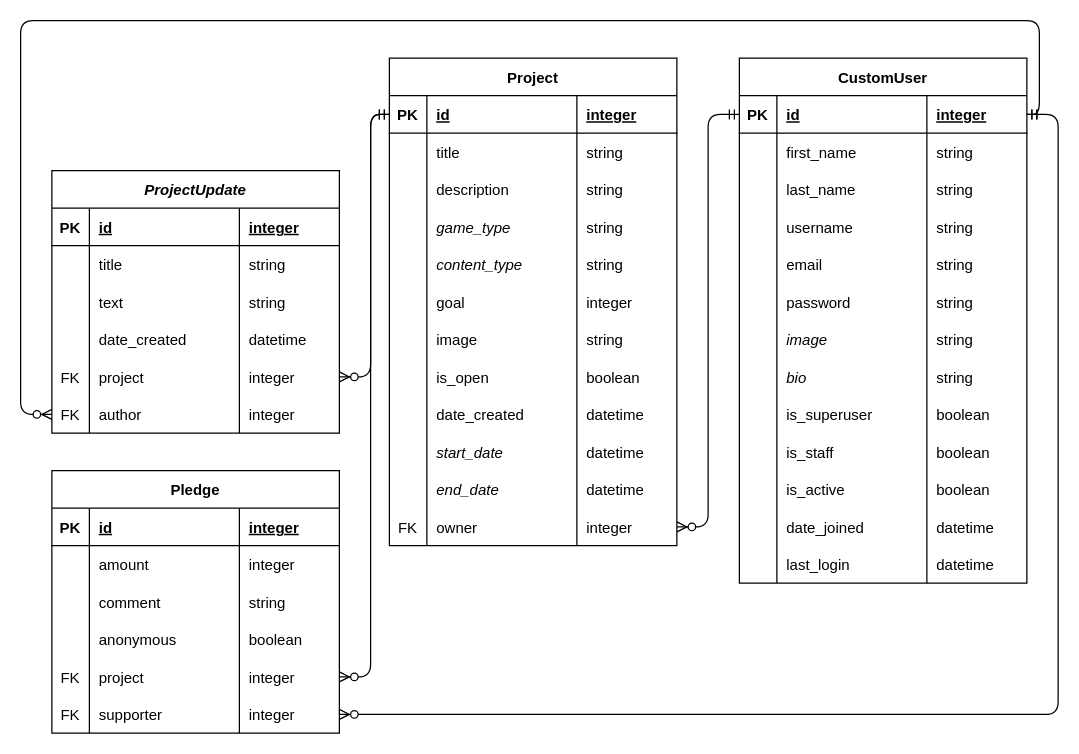
Above: crowdfunding_erd.drawio in afirazz/levellaunch-back-end (draw.io), before the change. Source tidied: cells renumbered, new cells numbered last; positions are measured from the earlier drawing's top-left corner, leaving out a move shared by most shapes. Both pictures are drawn from the tidied source at 125%, with x=0, y=0 at pixel (20, 20).
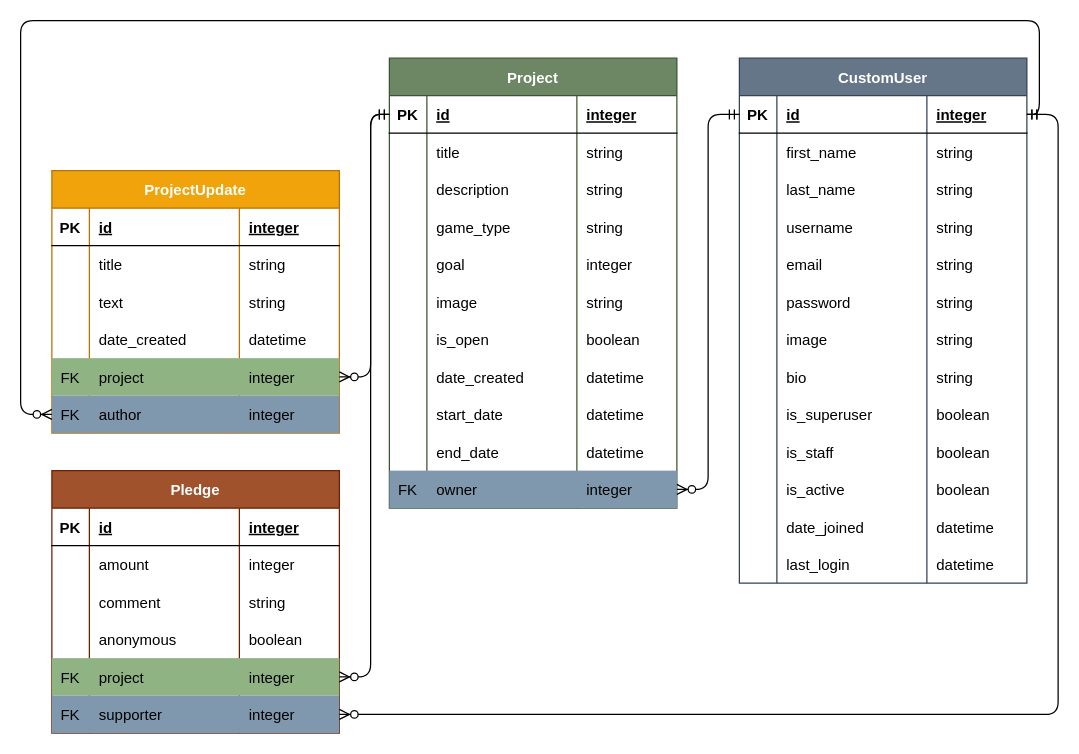
The same page after the edit.

Commit message (it also covers changes not shown here):
updated ERD and added screenshots

The change refers to these unchanged cells:
```xml
<mxCell id="15" style="shape=tableRow;horizontal=0;startSize=0;swimlaneHead=0;swimlaneBody=0;fillColor=none;top=0;left=0;right=0;bottom=0;fontColor=#000000;strokeColor=#BD7000;fontStyle=0;" parent="2" vertex="1">
  <mxGeometry y="120" width="230" height="30" as="geometry" />
</mxCell>
<mxCell id="101" style="shape=tableRow;horizontal=0;startSize=0;swimlaneHead=0;swimlaneBody=0;fillColor=none;top=0;left=0;right=0;bottom=0;fontStyle=0;shadow=0;strokeColor=#BD7000;fontColor=#000000;" parent="76" vertex="1">
  <mxGeometry y="210" width="230" height="30" as="geometry" />
</mxCell>
<mxCell id="105" style="shape=tableRow;horizontal=0;startSize=0;swimlaneHead=0;swimlaneBody=0;fillColor=none;top=0;left=0;right=0;bottom=0;fontColor=#000000;strokeColor=#BD7000;" parent="76" vertex="1">
  <mxGeometry y="240" width="230" height="30" as="geometry" />
</mxCell>
```

Change to the diagram source:
```diff
@@
-<mxGraphModel>
+<mxGraphModel background="#ffffff">
@@
-    <mxCell id="2" value="Project" style="shape=table;startSize=30;childLayout=tableLayout;rowLines=0;fontStyle=1;align=center;labelBackgroundColor=default;" parent="1" vertex="1">
-      <mxGeometry x="295" y="30" width="230" height="390" as="geometry" />
+    <mxCell id="2" value="Project" style="shape=table;startSize=30;childLayout=tableLayout;rowLines=0;fontStyle=1;align=center;labelBackgroundColor=none;fillColor=#6d8764;fontColor=#ffffff;strokeColor=#3A5431;" parent="1" vertex="1">
+      <mxGeometry x="295" y="30" width="230" height="360" as="geometry" />
     </mxCell>
@@
-    <mxCell id="17" value="game_type" style="shape=partialRectangle;fillColor=none;top=0;left=0;bottom=0;right=0;align=left;spacingLeft=6;overflow=hidden;fontStyle=2;" parent="15" vertex="1">
+    <mxCell id="17" value="game_type" style="shape=partialRectangle;fillColor=none;top=0;left=0;bottom=0;right=0;align=left;spacingLeft=6;overflow=hidden;fontStyle=0;" parent="15" vertex="1">
       <mxGeometry x="30" width="120" height="30" as="geometry" />
     </mxCell>
@@
-    <mxCell id="19" style="shape=tableRow;horizontal=0;startSize=0;swimlaneHead=0;swimlaneBody=0;fillColor=none;top=0;left=0;right=0;bottom=0;fontColor=#000000;strokeColor=#BD7000;" parent="2" vertex="1">
-      <mxGeometry y="150" width="230" height="30" as="geometry" />
-    </mxCell>
-    <mxCell id="20" style="shape=partialRectangle;fillColor=none;top=0;left=0;bottom=0;right=0;overflow=hidden;" parent="19" vertex="1">
-      <mxGeometry width="30" height="30" as="geometry" />
-    </mxCell>
-    <mxCell id="21" value="content_type" style="shape=partialRectangle;fillColor=none;top=0;left=0;bottom=0;right=0;align=left;spacingLeft=6;overflow=hidden;fontStyle=2;" parent="19" vertex="1">
-      <mxGeometry x="30" width="120" height="30" as="geometry" />
-    </mxCell>
-    <mxCell id="22" value="string" style="shape=partialRectangle;fillColor=none;top=0;left=0;bottom=0;right=0;align=left;spacingLeft=6;overflow=hidden;" parent="19" vertex="1">
-      <mxGeometry x="150" width="80" height="30" as="geometry" />
-    </mxCell>
     <mxCell id="23" style="shape=tableRow;horizontal=0;startSize=0;swimlaneHead=0;swimlaneBody=0;fillColor=none;top=0;left=0;right=0;bottom=0;" parent="2" vertex="1">
-      <mxGeometry y="180" width="230" height="30" as="geometry" />
+      <mxGeometry y="150" width="230" height="30" as="geometry" />
     </mxCell>
@@
     <mxCell id="27" style="shape=tableRow;horizontal=0;startSize=0;swimlaneHead=0;swimlaneBody=0;fillColor=none;top=0;left=0;right=0;bottom=0;" parent="2" vertex="1">
-      <mxGeometry y="210" width="230" height="30" as="geometry" />
+      <mxGeometry y="180" width="230" height="30" as="geometry" />
     </mxCell>
@@
     <mxCell id="31" style="shape=tableRow;horizontal=0;startSize=0;swimlaneHead=0;swimlaneBody=0;fillColor=none;top=0;left=0;right=0;bottom=0;" parent="2" vertex="1">
-      <mxGeometry y="240" width="230" height="30" as="geometry" />
+      <mxGeometry y="210" width="230" height="30" as="geometry" />
     </mxCell>
@@
     <mxCell id="35" style="shape=tableRow;horizontal=0;startSize=0;swimlaneHead=0;swimlaneBody=0;fillColor=none;top=0;left=0;right=0;bottom=0;" parent="2" vertex="1">
-      <mxGeometry y="270" width="230" height="30" as="geometry" />
+      <mxGeometry y="240" width="230" height="30" as="geometry" />
     </mxCell>
@@
     <mxCell id="39" style="shape=tableRow;horizontal=0;startSize=0;swimlaneHead=0;swimlaneBody=0;fillColor=none;top=0;left=0;right=0;bottom=0;fontColor=#000000;strokeColor=#BD7000;" parent="2" vertex="1">
-      <mxGeometry y="300" width="230" height="30" as="geometry" />
+      <mxGeometry y="270" width="230" height="30" as="geometry" />
     </mxCell>
@@
-    <mxCell id="41" value="start_date" style="shape=partialRectangle;fillColor=none;top=0;left=0;bottom=0;right=0;align=left;spacingLeft=6;fontStyle=2;overflow=hidden;" parent="39" vertex="1">
+    <mxCell id="41" value="start_date" style="shape=partialRectangle;fillColor=none;top=0;left=0;bottom=0;right=0;align=left;spacingLeft=6;fontStyle=0;overflow=hidden;" parent="39" vertex="1">
       <mxGeometry x="30" width="120" height="30" as="geometry" />
     </mxCell>
@@
     <mxCell id="43" style="shape=tableRow;horizontal=0;startSize=0;swimlaneHead=0;swimlaneBody=0;fillColor=none;top=0;left=0;right=0;bottom=0;fontColor=#000000;strokeColor=#BD7000;" parent="2" vertex="1">
-      <mxGeometry y="330" width="230" height="30" as="geometry" />
+      <mxGeometry y="300" width="230" height="30" as="geometry" />
     </mxCell>
@@
-    <mxCell id="45" value="end_date" style="shape=partialRectangle;fillColor=none;top=0;left=0;bottom=0;right=0;align=left;spacingLeft=6;fontStyle=2;overflow=hidden;" parent="43" vertex="1">
+    <mxCell id="45" value="end_date" style="shape=partialRectangle;fillColor=none;top=0;left=0;bottom=0;right=0;align=left;spacingLeft=6;fontStyle=0;overflow=hidden;" parent="43" vertex="1">
       <mxGeometry x="30" width="120" height="30" as="geometry" />
     </mxCell>
@@
-    <mxCell id="47" style="shape=tableRow;horizontal=0;startSize=0;swimlaneHead=0;swimlaneBody=0;fillColor=none;points=[[0,0.5],[1,0.5]];portConstraint=eastwest;top=0;left=0;right=0;bottom=0;" parent="2" vertex="1">
-      <mxGeometry y="360" width="230" height="30" as="geometry" />
+    <mxCell id="47" style="shape=tableRow;horizontal=0;startSize=0;swimlaneHead=0;swimlaneBody=0;fillColor=#8098AD;points=[[0,0.5],[1,0.5]];portConstraint=eastwest;top=0;left=0;right=0;bottom=0;fontColor=#ffffff;strokeColor=#314354;" parent="2" vertex="1">
+      <mxGeometry y="330" width="230" height="30" as="geometry" />
     </mxCell>
@@
-    <mxCell id="51" value="Pledge" style="shape=table;startSize=30;childLayout=tableLayout;rowLines=0;fontStyle=1;align=center;" parent="1" vertex="1">
+    <mxCell id="51" value="Pledge" style="shape=table;startSize=30;childLayout=tableLayout;rowLines=0;fontStyle=1;align=center;fillColor=#a0522d;fontColor=#ffffff;strokeColor=#6D1F00;labelBackgroundColor=none;" parent="1" vertex="1">
       <mxGeometry x="25" y="360" width="230" height="210" as="geometry" />
     </mxCell>
@@
-    <mxCell id="68" style="shape=tableRow;horizontal=0;startSize=0;swimlaneHead=0;swimlaneBody=0;fillColor=none;points=[[0,0.5],[1,0.5]];portConstraint=eastwest;top=0;left=0;right=0;bottom=0;" parent="51" vertex="1">
+    <mxCell id="68" style="shape=tableRow;horizontal=0;startSize=0;swimlaneHead=0;swimlaneBody=0;fillColor=#90B384;points=[[0,0.5],[1,0.5]];portConstraint=eastwest;top=0;left=0;right=0;bottom=0;fontColor=#ffffff;strokeColor=#3A5431;" parent="51" vertex="1">
       <mxGeometry y="150" width="230" height="30" as="geometry" />
     </mxCell>
@@
-    <mxCell id="72" style="shape=tableRow;horizontal=0;startSize=0;swimlaneHead=0;swimlaneBody=0;fillColor=none;points=[[0,0.5],[1,0.5]];portConstraint=eastwest;top=0;left=0;right=0;bottom=0;" parent="51" vertex="1">
+    <mxCell id="72" style="shape=tableRow;horizontal=0;startSize=0;swimlaneHead=0;swimlaneBody=0;fillColor=#8098AD;points=[[0,0.5],[1,0.5]];portConstraint=eastwest;top=0;left=0;right=0;bottom=0;fontColor=#ffffff;strokeColor=#314354;" parent="51" vertex="1">
       <mxGeometry y="180" width="230" height="30" as="geometry" />
     </mxCell>
@@
-    <mxCell id="76" value="CustomUser" style="shape=table;startSize=30;childLayout=tableLayout;rowLines=0;fontStyle=1;align=center;" parent="1" vertex="1">
+    <mxCell id="76" value="CustomUser" style="shape=table;startSize=30;childLayout=tableLayout;rowLines=0;fontStyle=1;align=center;fillColor=#647687;fontColor=#ffffff;strokeColor=#314354;" parent="1" vertex="1">
       <mxGeometry x="575" y="30" width="230" height="420" as="geometry" />
     </mxCell>
@@
-    <mxCell id="103" value="image" style="shape=partialRectangle;fillColor=none;top=0;left=0;bottom=0;right=0;align=left;spacingLeft=6;overflow=hidden;fontStyle=2;" parent="101" vertex="1">
+    <mxCell id="103" value="image" style="shape=partialRectangle;fillColor=none;top=0;left=0;bottom=0;right=0;align=left;spacingLeft=6;overflow=hidden;fontStyle=0;" parent="101" vertex="1">
       <mxGeometry x="30" width="120" height="30" as="geometry" />
     </mxCell>
@@
-    <mxCell id="107" value="bio" style="shape=partialRectangle;fillColor=none;top=0;left=0;bottom=0;right=0;align=left;spacingLeft=6;overflow=hidden;fontStyle=2;" parent="105" vertex="1">
+    <mxCell id="107" value="bio" style="shape=partialRectangle;fillColor=none;top=0;left=0;bottom=0;right=0;align=left;spacingLeft=6;overflow=hidden;fontStyle=0;" parent="105" vertex="1">
       <mxGeometry x="30" width="120" height="30" as="geometry" />
     </mxCell>
@@
-    <mxCell id="129" value="ProjectUpdate" style="shape=table;startSize=30;childLayout=tableLayout;rowLines=0;fontStyle=3;align=center;" parent="1" vertex="1">
+    <mxCell id="129" value="ProjectUpdate" style="shape=table;startSize=30;childLayout=tableLayout;rowLines=0;fontStyle=1;align=center;fillColor=#f0a30a;fontColor=#FFFFFF;strokeColor=#BD7000;" parent="1" vertex="1">
       <mxGeometry x="25" y="120" width="230" height="210" as="geometry" />
     </mxCell>
@@
-    <mxCell id="146" style="shape=tableRow;horizontal=0;startSize=0;swimlaneHead=0;swimlaneBody=0;fillColor=none;points=[[0,0.5],[1,0.5]];portConstraint=eastwest;top=0;left=0;right=0;bottom=0;" parent="129" vertex="1">
+    <mxCell id="146" style="shape=tableRow;horizontal=0;startSize=0;swimlaneHead=0;swimlaneBody=0;fillColor=#90B384;points=[[0,0.5],[1,0.5]];portConstraint=eastwest;top=0;left=0;right=0;bottom=0;fontColor=#ffffff;strokeColor=#3A5431;" parent="129" vertex="1">
       <mxGeometry y="150" width="230" height="30" as="geometry" />
     </mxCell>
@@
-    <mxCell id="150" style="shape=tableRow;horizontal=0;startSize=0;swimlaneHead=0;swimlaneBody=0;fillColor=none;points=[[0,0.5],[1,0.5]];portConstraint=eastwest;top=0;left=0;right=0;bottom=0;" parent="129" vertex="1">
+    <mxCell id="150" style="shape=tableRow;horizontal=0;startSize=0;swimlaneHead=0;swimlaneBody=0;fillColor=#8098AD;points=[[0,0.5],[1,0.5]];portConstraint=eastwest;top=0;left=0;right=0;bottom=0;fontColor=#ffffff;strokeColor=#314354;" parent="129" vertex="1">
       <mxGeometry y="180" width="230" height="30" as="geometry" />
     </mxCell>
```
